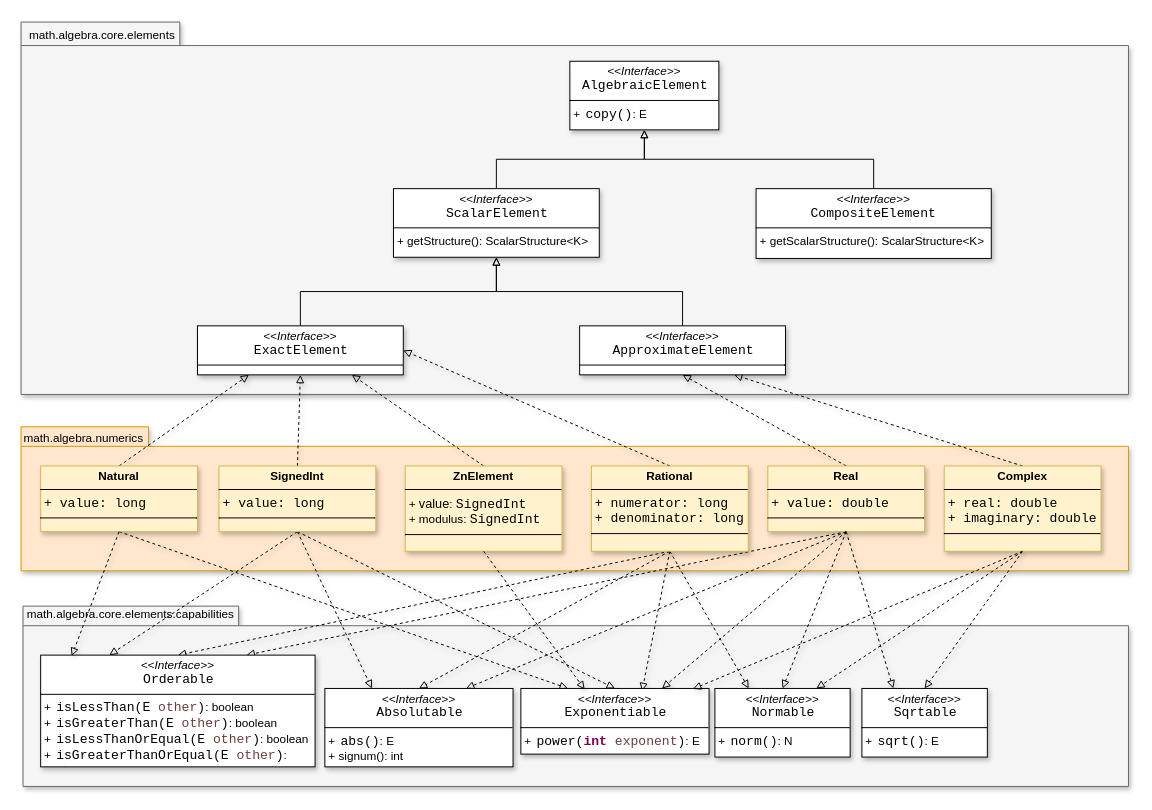
The draw.io diagram page "algebra-elements" (1 of 5) of resources/SMFN.drawio in gom9000/SMFN, before the edit. Source tidied: cells renumbered, new cells numbered last; positions are measured from the earlier drawing's top-left corner, leaving out a move shared by most shapes. Both pictures are drawn from the tidied source at 98%, with x=0, y=0 at pixel (21, 21).
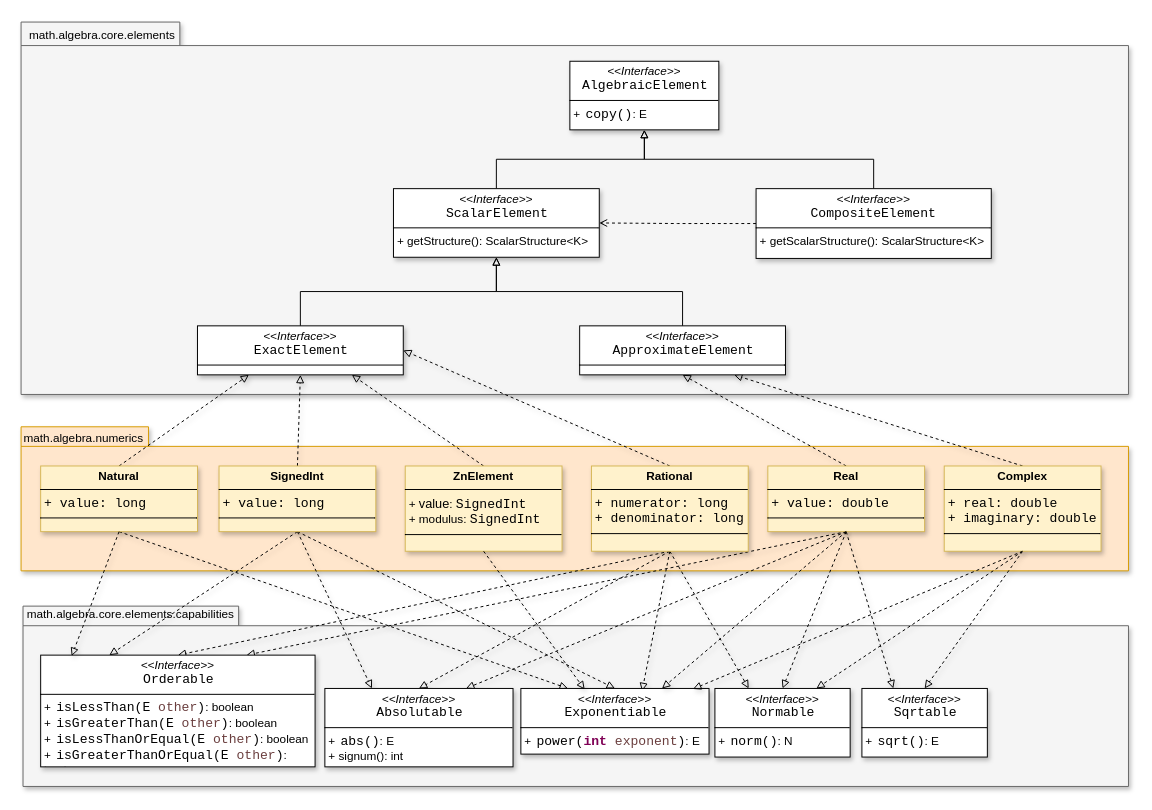
The same diagram, later.

The change refers to these unchanged cells:
```xml
<mxCell id="44" value="&lt;p style=&quot;margin:0px;margin-top:4px;text-align:center;&quot;&gt;&lt;i&gt;&amp;lt;&amp;lt;Interface&amp;gt;&amp;gt;&lt;/i&gt;&lt;br&gt;&lt;span style=&quot;padding: 0px 0px 0px 2px;&quot;&gt;&lt;span style=&quot;font-family: Consolas; font-size: 10pt; white-space: pre;&quot;&gt;&lt;span style=&quot;&quot;&gt;ScalarElement&lt;/span&gt;&lt;/span&gt;&lt;/span&gt;&lt;/p&gt;&lt;hr size=&quot;1&quot; style=&quot;border-style:solid;&quot;&gt;&lt;p style=&quot;margin:0px;margin-left:4px;&quot;&gt;&lt;/p&gt;&lt;p style=&quot;margin:0px;margin-left:4px;&quot;&gt;+ getStructure(): ScalarStructure&amp;lt;K&amp;gt;&lt;/p&gt;" style="verticalAlign=top;align=left;overflow=fill;html=1;whiteSpace=wrap;labelBackgroundColor=none;shadow=1;" parent="1" vertex="1">
  <mxGeometry x="380" y="171" width="210" height="70" as="geometry" />
</mxCell>
<mxCell id="46" value="&lt;p style=&quot;margin:0px;margin-top:4px;text-align:center;&quot;&gt;&lt;i&gt;&amp;lt;&amp;lt;Interface&amp;gt;&amp;gt;&lt;/i&gt;&lt;br&gt;&lt;span style=&quot;font-family: Consolas; font-size: 13.3333px; white-space: pre;&quot;&gt;CompositeElement&lt;/span&gt;&lt;/p&gt;&lt;hr size=&quot;1&quot; style=&quot;border-style:solid;&quot;&gt;&lt;p style=&quot;margin:0px;margin-left:4px;&quot;&gt;&lt;/p&gt;&lt;p style=&quot;margin:0px;margin-left:4px;&quot;&gt;+ getScalarStructure(): ScalarStructure&amp;lt;K&amp;gt;&lt;/p&gt;" style="verticalAlign=top;align=left;overflow=fill;html=1;whiteSpace=wrap;labelBackgroundColor=none;shadow=1;" parent="1" vertex="1">
  <mxGeometry x="750" y="171" width="240" height="71.2" as="geometry" />
</mxCell>
```

Change to the diagram source:
```diff
@@
+    <mxCell id="52" style="edgeStyle=orthogonalEdgeStyle;rounded=0;jettySize=auto;html=1;exitX=0;exitY=0.5;exitDx=0;exitDy=0;entryX=1;entryY=0.5;entryDx=0;entryDy=0;dashed=1;endArrow=open;endFill=0;" parent="1" edge="1" source="46" target="44">
+      <mxGeometry relative="1" as="geometry" />
+    </mxCell>
```
